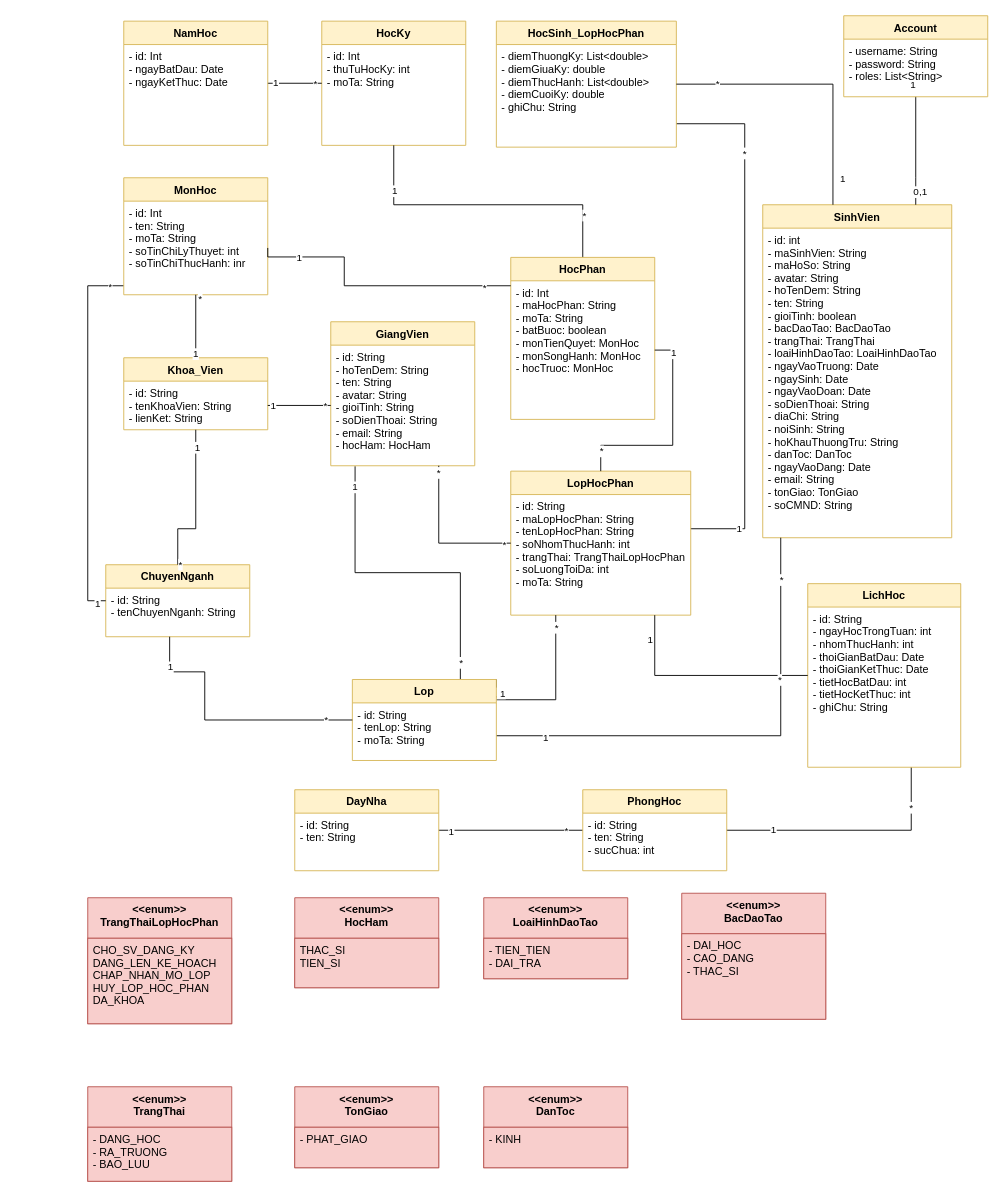
duchoan6814/Truong-Duc-Hoan keeps this draw.io diagram as CMN_Class.drawio. Above is the earlier version. Source tidied: cells renumbered, new cells numbered last; positions are measured from the earlier drawing's top-left corner, leaving out a move shared by most shapes. Both pictures are drawn from the tidied source at 90%, with x=0, y=0 at pixel (87, 15).
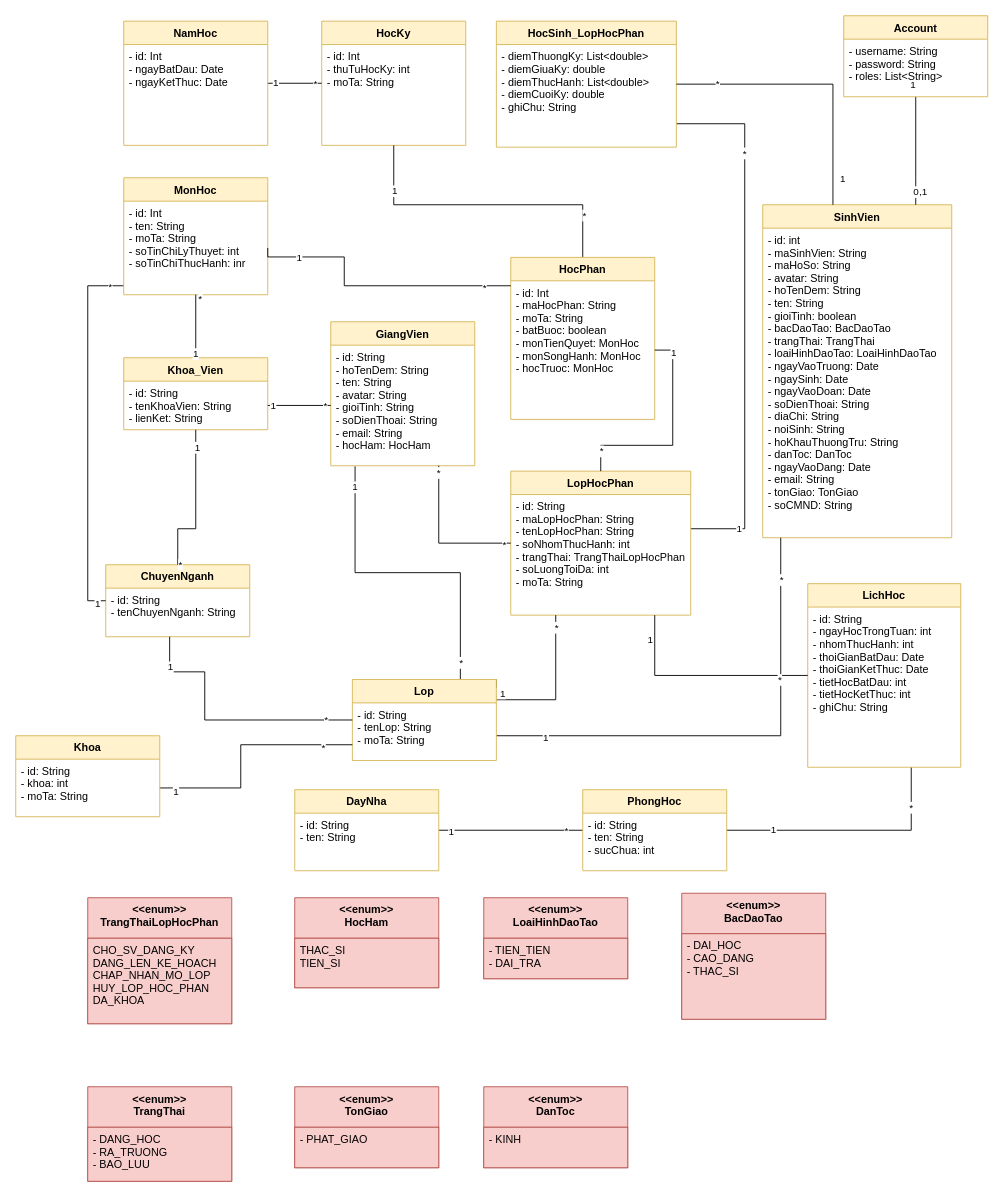
Above is the later version.

The change refers to these unchanged cells:
```xml
<mxCell id="25" value="Lop" style="swimlane;fontStyle=1;align=center;verticalAlign=top;horizontal=1;startSize=26;fillColor=#fff2cc;strokeColor=#d6b656;" parent="1" vertex="1">
  <mxGeometry x="294" y="737.5" width="160" height="90" as="geometry" />
</mxCell>
```

The edit, as a diff of the source:
```diff
@@
+    <mxCell id="103" style="edgeStyle=orthogonalEdgeStyle;rounded=0;jettySize=auto;html=1;exitX=1;exitY=0.5;exitDx=0;exitDy=0;endArrow=none;endFill=0;" parent="1" edge="1" source="107" target="25">
+      <mxGeometry relative="1" as="geometry">
+        <Array as="points">
+          <mxPoint x="170" y="858" />
+          <mxPoint x="170" y="810" />
+        </Array>
+      </mxGeometry>
+    </mxCell>
+    <mxCell id="104" value="1" style="edgeLabel;html=1;align=center;verticalAlign=middle;" parent="103" vertex="1">
+      <mxGeometry x="-0.87" y="-3" relative="1" as="geometry" />
+    </mxCell>
+    <mxCell id="105" value="*" style="edgeLabel;html=1;align=center;verticalAlign=middle;" parent="103" vertex="1">
+      <mxGeometry x="0.75" y="-3" relative="1" as="geometry" />
+    </mxCell>
+    <mxCell id="106" value="Khoa" style="swimlane;fontStyle=1;align=center;verticalAlign=top;horizontal=1;startSize=26;fillColor=#fff2cc;strokeColor=#d6b656;" parent="1" vertex="1">
+      <mxGeometry x="-80" y="800" width="160" height="90" as="geometry" />
+    </mxCell>
+    <mxCell id="107" value="- id: String&#10;- khoa: int&#10;- moTa: String" style="text;strokeColor=none;fillColor=none;align=left;verticalAlign=top;spacingLeft=4;spacingRight=4;overflow=hidden;points=[[0,0.5],[1,0.5]];portConstraint=eastwest;" parent="106" vertex="1">
+      <mxGeometry y="26" width="160" height="64" as="geometry" />
+    </mxCell>
```
